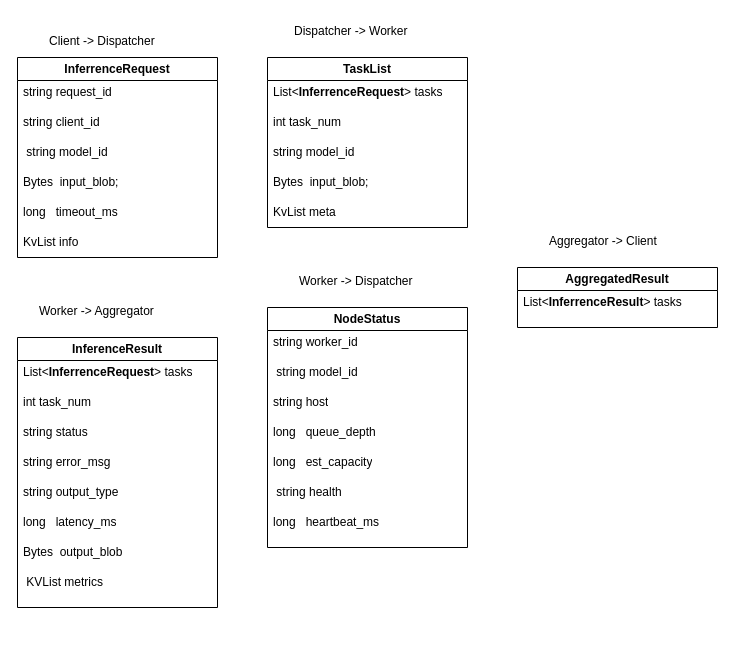
Above: docs/dds_data_structure.drawio in WenhaoHe02/distributed-dds-ai-infra (draw.io), before the change. Source tidied: cells renumbered, new cells numbered last; positions are measured from the earlier drawing's top-left corner, leaving out a move shared by most shapes. Both pictures are drawn from the tidied source at 100%, with x=0, y=0 at pixel (17, 17).
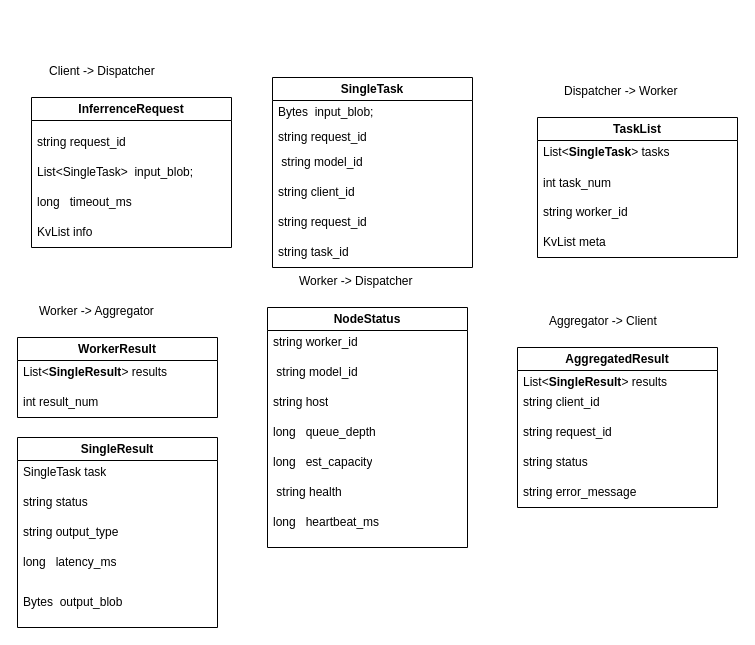
After the change.

Change to the diagram source:
```diff
@@
     <mxCell id="2" value="InferrenceRequest" style="swimlane;whiteSpace=wrap;html=1;startSize=23;" parent="1" vertex="1">
-      <mxGeometry y="40" width="200" height="200" as="geometry" />
+      <mxGeometry x="14" y="80" width="200" height="150" as="geometry" />
     </mxCell>
-    <mxCell id="3" value="string request_id" style="text;strokeColor=none;fillColor=none;align=left;verticalAlign=middle;spacingLeft=4;spacingRight=4;overflow=hidden;whiteSpace=wrap;html=1;" parent="2" vertex="1">
-      <mxGeometry y="20" width="200" height="30" as="geometry" />
-    </mxCell>
-    <mxCell id="4" value="string client_id" style="text;strokeColor=none;fillColor=none;align=left;verticalAlign=middle;spacingLeft=4;spacingRight=4;overflow=hidden;whiteSpace=wrap;html=1;" parent="2" vertex="1">
-      <mxGeometry y="50" width="200" height="30" as="geometry" />
+    <mxCell id="4" value="string request_id" style="text;strokeColor=none;fillColor=none;align=left;verticalAlign=middle;spacingLeft=4;spacingRight=4;overflow=hidden;whiteSpace=wrap;html=1;" parent="2" vertex="1">
+      <mxGeometry y="30" width="200" height="30" as="geometry" />
     </mxCell>
-    <mxCell id="5" value="&amp;nbsp;string model_id&amp;nbsp;" style="text;strokeColor=none;fillColor=none;align=left;verticalAlign=middle;spacingLeft=4;spacingRight=4;overflow=hidden;whiteSpace=wrap;html=1;" parent="2" vertex="1">
-      <mxGeometry y="80" width="200" height="30" as="geometry" />
-    </mxCell>
-    <mxCell id="6" value="Bytes&amp;nbsp; input_blob;" style="text;strokeColor=none;fillColor=none;align=left;verticalAlign=middle;spacingLeft=4;spacingRight=4;overflow=hidden;whiteSpace=wrap;html=1;" parent="2" vertex="1">
-      <mxGeometry y="110" width="200" height="30" as="geometry" />
+    <mxCell id="6" value="List&amp;lt;SingleTask&amp;gt;&amp;nbsp; input_blob;" style="text;strokeColor=none;fillColor=none;align=left;verticalAlign=middle;spacingLeft=4;spacingRight=4;overflow=hidden;whiteSpace=wrap;html=1;" parent="2" vertex="1">
+      <mxGeometry y="60" width="200" height="30" as="geometry" />
     </mxCell>
     <mxCell id="7" value="long&amp;nbsp; &amp;nbsp;timeout_ms" style="text;strokeColor=none;fillColor=none;align=left;verticalAlign=middle;spacingLeft=4;spacingRight=4;overflow=hidden;whiteSpace=wrap;html=1;" parent="2" vertex="1">
-      <mxGeometry y="140" width="200" height="30" as="geometry" />
+      <mxGeometry y="90" width="200" height="30" as="geometry" />
     </mxCell>
     <mxCell id="8" value="KvList info" style="text;strokeColor=none;fillColor=none;align=left;verticalAlign=middle;spacingLeft=4;spacingRight=4;overflow=hidden;whiteSpace=wrap;html=1;" parent="2" vertex="1">
-      <mxGeometry y="170" width="200" height="30" as="geometry" />
+      <mxGeometry y="120" width="200" height="30" as="geometry" />
     </mxCell>
     <mxCell id="9" value="TaskList" style="swimlane;whiteSpace=wrap;html=1;startSize=23;" parent="1" vertex="1">
-      <mxGeometry x="250" y="40" width="200" height="170" as="geometry" />
+      <mxGeometry x="520" y="100" width="200" height="140" as="geometry" />
     </mxCell>
-    <mxCell id="10" value="List&amp;lt;&lt;span style=&quot;font-weight: 700; text-align: center;&quot;&gt;InferrenceRequest&lt;/span&gt;&amp;gt; tasks" style="text;strokeColor=none;fillColor=none;align=left;verticalAlign=middle;spacingLeft=4;spacingRight=4;overflow=hidden;whiteSpace=wrap;html=1;" parent="9" vertex="1">
+    <mxCell id="10" value="&lt;div style=&quot;text-align: center;&quot;&gt;&lt;span style=&quot;background-color: transparent; color: light-dark(rgb(0, 0, 0), rgb(255, 255, 255));&quot;&gt;List&amp;lt;&lt;b&gt;SingleTask&lt;/b&gt;&lt;/span&gt;&lt;span style=&quot;background-color: transparent; color: light-dark(rgb(0, 0, 0), rgb(255, 255, 255));&quot;&gt;&amp;gt; tasks&lt;/span&gt;&lt;/div&gt;" style="text;strokeColor=none;fillColor=none;align=left;verticalAlign=middle;spacingLeft=4;spacingRight=4;overflow=hidden;whiteSpace=wrap;html=1;" parent="9" vertex="1">
       <mxGeometry y="20" width="200" height="30" as="geometry" />
     </mxCell>
     <mxCell id="11" value="int task_num" style="text;strokeColor=none;fillColor=none;align=left;verticalAlign=middle;spacingLeft=4;spacingRight=4;overflow=hidden;whiteSpace=wrap;html=1;" parent="9" vertex="1">
-      <mxGeometry y="50" width="200" height="30" as="geometry" />
+      <mxGeometry y="51" width="200" height="30" as="geometry" />
     </mxCell>
-    <mxCell id="12" value="string model_id&amp;nbsp;" style="text;strokeColor=none;fillColor=none;align=left;verticalAlign=middle;spacingLeft=4;spacingRight=4;overflow=hidden;whiteSpace=wrap;html=1;" parent="9" vertex="1">
-      <mxGeometry y="80" width="200" height="30" as="geometry" />
-    </mxCell>
-    <mxCell id="13" value="Bytes&amp;nbsp; input_blob;" style="text;strokeColor=none;fillColor=none;align=left;verticalAlign=middle;spacingLeft=4;spacingRight=4;overflow=hidden;whiteSpace=wrap;html=1;" parent="9" vertex="1">
-      <mxGeometry y="110" width="200" height="30" as="geometry" />
+    <mxCell id="13" value="string worker_id" style="text;strokeColor=none;fillColor=none;align=left;verticalAlign=middle;spacingLeft=4;spacingRight=4;overflow=hidden;whiteSpace=wrap;html=1;" parent="9" vertex="1">
+      <mxGeometry y="80" width="200" height="30" as="geometry" />
     </mxCell>
     <mxCell id="14" value="KvList meta" style="text;strokeColor=none;fillColor=none;align=left;verticalAlign=middle;spacingLeft=4;spacingRight=4;overflow=hidden;whiteSpace=wrap;html=1;" parent="9" vertex="1">
-      <mxGeometry y="140" width="200" height="30" as="geometry" />
+      <mxGeometry y="110" width="200" height="30" as="geometry" />
     </mxCell>
-    <mxCell id="15" value="InferenceResult" style="swimlane;whiteSpace=wrap;html=1;startSize=23;" parent="1" vertex="1">
-      <mxGeometry y="320" width="200" height="270" as="geometry" />
+    <mxCell id="15" value="WorkerResult" style="swimlane;whiteSpace=wrap;html=1;startSize=23;" parent="1" vertex="1">
+      <mxGeometry y="320" width="200" height="80" as="geometry" />
     </mxCell>
-    <mxCell id="16" value="List&amp;lt;&lt;span style=&quot;font-weight: 700; text-align: center;&quot;&gt;InferrenceRequest&lt;/span&gt;&amp;gt; tasks" style="text;strokeColor=none;fillColor=none;align=left;verticalAlign=middle;spacingLeft=4;spacingRight=4;overflow=hidden;whiteSpace=wrap;html=1;" parent="15" vertex="1">
+    <mxCell id="16" value="List&amp;lt;&lt;b style=&quot;text-align: center;&quot;&gt;SingleResult&lt;/b&gt;&amp;gt; results" style="text;strokeColor=none;fillColor=none;align=left;verticalAlign=middle;spacingLeft=4;spacingRight=4;overflow=hidden;whiteSpace=wrap;html=1;" parent="15" vertex="1">
       <mxGeometry y="20" width="200" height="30" as="geometry" />
     </mxCell>
-    <mxCell id="17" value="int task_num" style="text;strokeColor=none;fillColor=none;align=left;verticalAlign=middle;spacingLeft=4;spacingRight=4;overflow=hidden;whiteSpace=wrap;html=1;" parent="15" vertex="1">
+    <mxCell id="17" value="int result_num" style="text;strokeColor=none;fillColor=none;align=left;verticalAlign=middle;spacingLeft=4;spacingRight=4;overflow=hidden;whiteSpace=wrap;html=1;" parent="15" vertex="1">
       <mxGeometry y="50" width="200" height="30" as="geometry" />
     </mxCell>
-    <mxCell id="18" value="string status" style="text;strokeColor=none;fillColor=none;align=left;verticalAlign=middle;spacingLeft=4;spacingRight=4;overflow=hidden;whiteSpace=wrap;html=1;" parent="15" vertex="1">
-      <mxGeometry y="80" width="200" height="30" as="geometry" />
-    </mxCell>
-    <mxCell id="19" value="string error_msg" style="text;strokeColor=none;fillColor=none;align=left;verticalAlign=middle;spacingLeft=4;spacingRight=4;overflow=hidden;whiteSpace=wrap;html=1;" parent="15" vertex="1">
-      <mxGeometry y="110" width="200" height="30" as="geometry" />
-    </mxCell>
-    <mxCell id="20" value="string output_type" style="text;strokeColor=none;fillColor=none;align=left;verticalAlign=middle;spacingLeft=4;spacingRight=4;overflow=hidden;whiteSpace=wrap;html=1;" parent="15" vertex="1">
-      <mxGeometry y="140" width="200" height="30" as="geometry" />
-    </mxCell>
-    <mxCell id="21" value="long&amp;nbsp; &amp;nbsp;latency_ms" style="text;strokeColor=none;fillColor=none;align=left;verticalAlign=middle;spacingLeft=4;spacingRight=4;overflow=hidden;whiteSpace=wrap;html=1;" parent="15" vertex="1">
-      <mxGeometry y="170" width="200" height="30" as="geometry" />
-    </mxCell>
-    <mxCell id="22" value="Bytes&amp;nbsp; output_blob" style="text;strokeColor=none;fillColor=none;align=left;verticalAlign=middle;spacingLeft=4;spacingRight=4;overflow=hidden;whiteSpace=wrap;html=1;" parent="15" vertex="1">
-      <mxGeometry y="200" width="200" height="30" as="geometry" />
-    </mxCell>
-    <mxCell id="23" value="&amp;nbsp;KVList metrics" style="text;strokeColor=none;fillColor=none;align=left;verticalAlign=middle;spacingLeft=4;spacingRight=4;overflow=hidden;whiteSpace=wrap;html=1;" parent="15" vertex="1">
-      <mxGeometry y="230" width="200" height="30" as="geometry" />
-    </mxCell>
@@
     <mxCell id="32" value="Client -&gt; Dispatcher" style="text;whiteSpace=wrap;" parent="1" vertex="1">
-      <mxGeometry x="30" y="10" width="140" height="40" as="geometry" />
+      <mxGeometry x="30" y="40" width="140" height="40" as="geometry" />
     </mxCell>
     <mxCell id="33" value="Dispatcher -&gt; Worker" style="text;whiteSpace=wrap;" parent="1" vertex="1">
-      <mxGeometry x="275" width="150" height="40" as="geometry" />
+      <mxGeometry x="545" y="60" width="150" height="40" as="geometry" />
     </mxCell>
@@
     <mxCell id="36" value="AggregatedResult" style="swimlane;whiteSpace=wrap;html=1;startSize=23;" parent="1" vertex="1">
-      <mxGeometry x="500" y="250" width="200" height="60" as="geometry" />
+      <mxGeometry x="500" y="330" width="200" height="160" as="geometry" />
     </mxCell>
-    <mxCell id="37" value="List&amp;lt;&lt;span style=&quot;font-weight: 700; text-align: center;&quot;&gt;InferrenceResult&lt;/span&gt;&amp;gt; tasks" style="text;strokeColor=none;fillColor=none;align=left;verticalAlign=middle;spacingLeft=4;spacingRight=4;overflow=hidden;whiteSpace=wrap;html=1;" parent="36" vertex="1">
+    <mxCell id="37" value="List&amp;lt;&lt;span style=&quot;font-weight: 700; text-align: center;&quot;&gt;SingleResult&lt;/span&gt;&amp;gt; results" style="text;strokeColor=none;fillColor=none;align=left;verticalAlign=middle;spacingLeft=4;spacingRight=4;overflow=hidden;whiteSpace=wrap;html=1;" parent="36" vertex="1">
       <mxGeometry y="20" width="200" height="30" as="geometry" />
     </mxCell>
+    <mxCell id="39" value="string client_id" style="text;strokeColor=none;fillColor=none;align=left;verticalAlign=middle;spacingLeft=4;spacingRight=4;overflow=hidden;whiteSpace=wrap;html=1;" parent="36" vertex="1">
+      <mxGeometry y="40" width="200" height="30" as="geometry" />
+    </mxCell>
+    <mxCell id="40" value="string request_id" style="text;strokeColor=none;fillColor=none;align=left;verticalAlign=middle;spacingLeft=4;spacingRight=4;overflow=hidden;whiteSpace=wrap;html=1;" parent="36" vertex="1">
+      <mxGeometry y="70" width="200" height="30" as="geometry" />
+    </mxCell>
+    <mxCell id="41" value="string status" style="text;strokeColor=none;fillColor=none;align=left;verticalAlign=middle;spacingLeft=4;spacingRight=4;overflow=hidden;whiteSpace=wrap;html=1;" parent="36" vertex="1">
+      <mxGeometry y="100" width="200" height="30" as="geometry" />
+    </mxCell>
+    <mxCell id="42" value="string error_message" style="text;strokeColor=none;fillColor=none;align=left;verticalAlign=middle;spacingLeft=4;spacingRight=4;overflow=hidden;whiteSpace=wrap;html=1;" parent="36" vertex="1">
+      <mxGeometry y="130" width="200" height="30" as="geometry" />
+    </mxCell>
     <mxCell id="38" value="Aggregator -&gt; Client" style="text;whiteSpace=wrap;" parent="1" vertex="1">
-      <mxGeometry x="530" y="210" width="140" height="40" as="geometry" />
+      <mxGeometry x="530" y="290" width="140" height="40" as="geometry" />
     </mxCell>
+    <mxCell id="43" value="SingleTask" style="swimlane;whiteSpace=wrap;html=1;startSize=23;" parent="1" vertex="1">
+      <mxGeometry x="255" y="60" width="200" height="190" as="geometry" />
+    </mxCell>
+    <mxCell id="44" value="Bytes&amp;nbsp; input_blob;" style="text;strokeColor=none;fillColor=none;align=left;verticalAlign=middle;spacingLeft=4;spacingRight=4;overflow=hidden;whiteSpace=wrap;html=1;" parent="43" vertex="1">
+      <mxGeometry y="20" width="200" height="30" as="geometry" />
+    </mxCell>
+    <mxCell id="45" value="string request_id" style="text;strokeColor=none;fillColor=none;align=left;verticalAlign=middle;spacingLeft=4;spacingRight=4;overflow=hidden;whiteSpace=wrap;html=1;" parent="43" vertex="1">
+      <mxGeometry y="40" width="200" height="40" as="geometry" />
+    </mxCell>
+    <mxCell id="5" value="&amp;nbsp;string model_id&amp;nbsp;" style="text;strokeColor=none;fillColor=none;align=left;verticalAlign=middle;spacingLeft=4;spacingRight=4;overflow=hidden;whiteSpace=wrap;html=1;" parent="43" vertex="1">
+      <mxGeometry y="70" width="200" height="30" as="geometry" />
+    </mxCell>
+    <mxCell id="46" value="string client_id" style="text;strokeColor=none;fillColor=none;align=left;verticalAlign=middle;spacingLeft=4;spacingRight=4;overflow=hidden;whiteSpace=wrap;html=1;" parent="43" vertex="1">
+      <mxGeometry y="100" width="200" height="30" as="geometry" />
+    </mxCell>
+    <mxCell id="3" value="string request_id" style="text;strokeColor=none;fillColor=none;align=left;verticalAlign=middle;spacingLeft=4;spacingRight=4;overflow=hidden;whiteSpace=wrap;html=1;" parent="43" vertex="1">
+      <mxGeometry y="130" width="200" height="30" as="geometry" />
+    </mxCell>
+    <mxCell id="47" value="string task_id" style="text;strokeColor=none;fillColor=none;align=left;verticalAlign=middle;spacingLeft=4;spacingRight=4;overflow=hidden;whiteSpace=wrap;html=1;" parent="43" vertex="1">
+      <mxGeometry y="160" width="200" height="30" as="geometry" />
+    </mxCell>
+    <mxCell id="48" value="SingleResult" style="swimlane;whiteSpace=wrap;html=1;startSize=23;" parent="1" vertex="1">
+      <mxGeometry y="420" width="200" height="190" as="geometry" />
+    </mxCell>
+    <mxCell id="49" value="SingleTask task" style="text;strokeColor=none;fillColor=none;align=left;verticalAlign=middle;spacingLeft=4;spacingRight=4;overflow=hidden;whiteSpace=wrap;html=1;" parent="48" vertex="1">
+      <mxGeometry y="20" width="200" height="30" as="geometry" />
+    </mxCell>
+    <mxCell id="50" value="string status" style="text;strokeColor=none;fillColor=none;align=left;verticalAlign=middle;spacingLeft=4;spacingRight=4;overflow=hidden;whiteSpace=wrap;html=1;" parent="48" vertex="1">
+      <mxGeometry y="50" width="200" height="30" as="geometry" />
+    </mxCell>
+    <mxCell id="20" value="string output_type" style="text;strokeColor=none;fillColor=none;align=left;verticalAlign=middle;spacingLeft=4;spacingRight=4;overflow=hidden;whiteSpace=wrap;html=1;" parent="48" vertex="1">
+      <mxGeometry y="80" width="200" height="30" as="geometry" />
+    </mxCell>
+    <mxCell id="21" value="long&amp;nbsp; &amp;nbsp;latency_ms" style="text;strokeColor=none;fillColor=none;align=left;verticalAlign=middle;spacingLeft=4;spacingRight=4;overflow=hidden;whiteSpace=wrap;html=1;" parent="48" vertex="1">
+      <mxGeometry y="110" width="200" height="30" as="geometry" />
+    </mxCell>
+    <mxCell id="22" value="Bytes&amp;nbsp; output_blob" style="text;strokeColor=none;fillColor=none;align=left;verticalAlign=middle;spacingLeft=4;spacingRight=4;overflow=hidden;whiteSpace=wrap;html=1;" parent="48" vertex="1">
+      <mxGeometry y="150" width="200" height="30" as="geometry" />
+    </mxCell>
```
